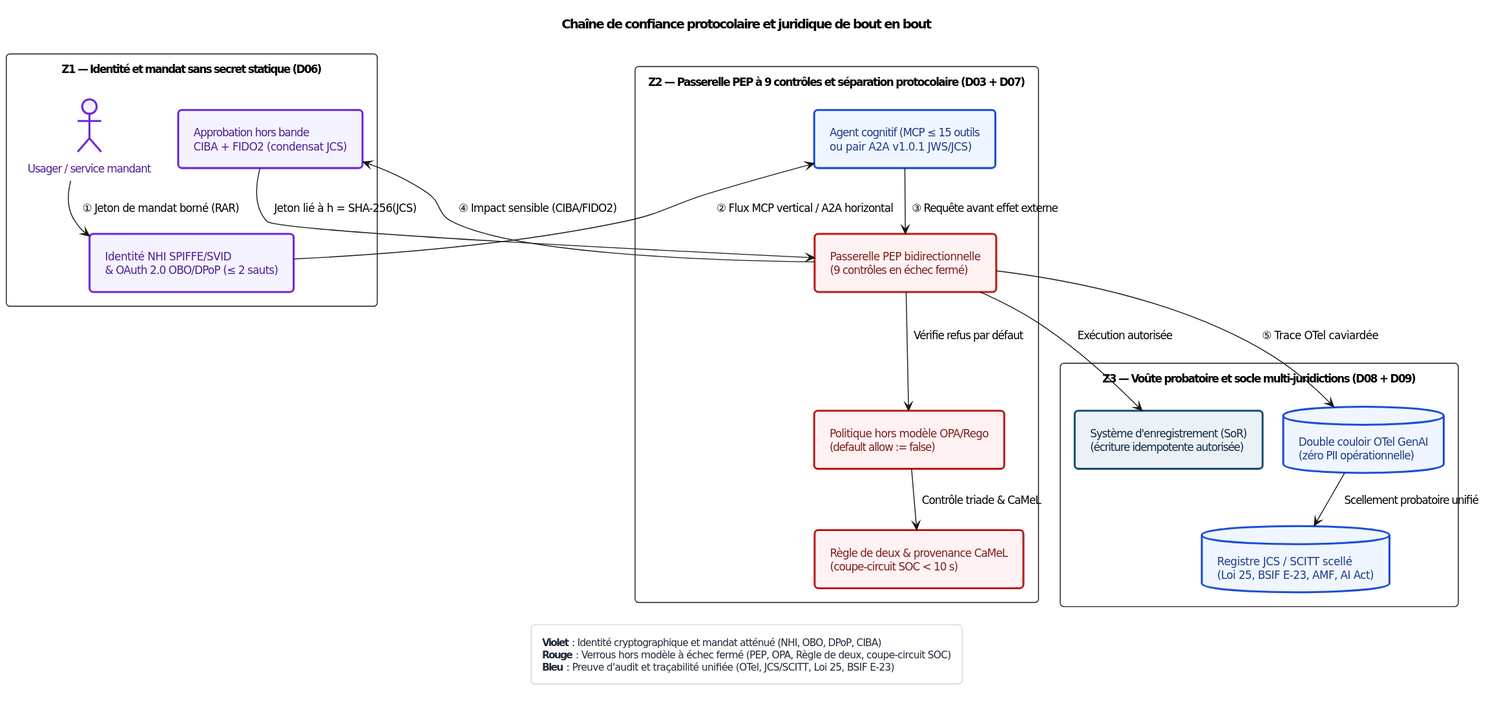
agbruneau/Agentique keeps this PlantUML diagram as Sources/Compendium/ouvrage/schemas/rendus/SCH-00-02.svg. Above is the earlier version.
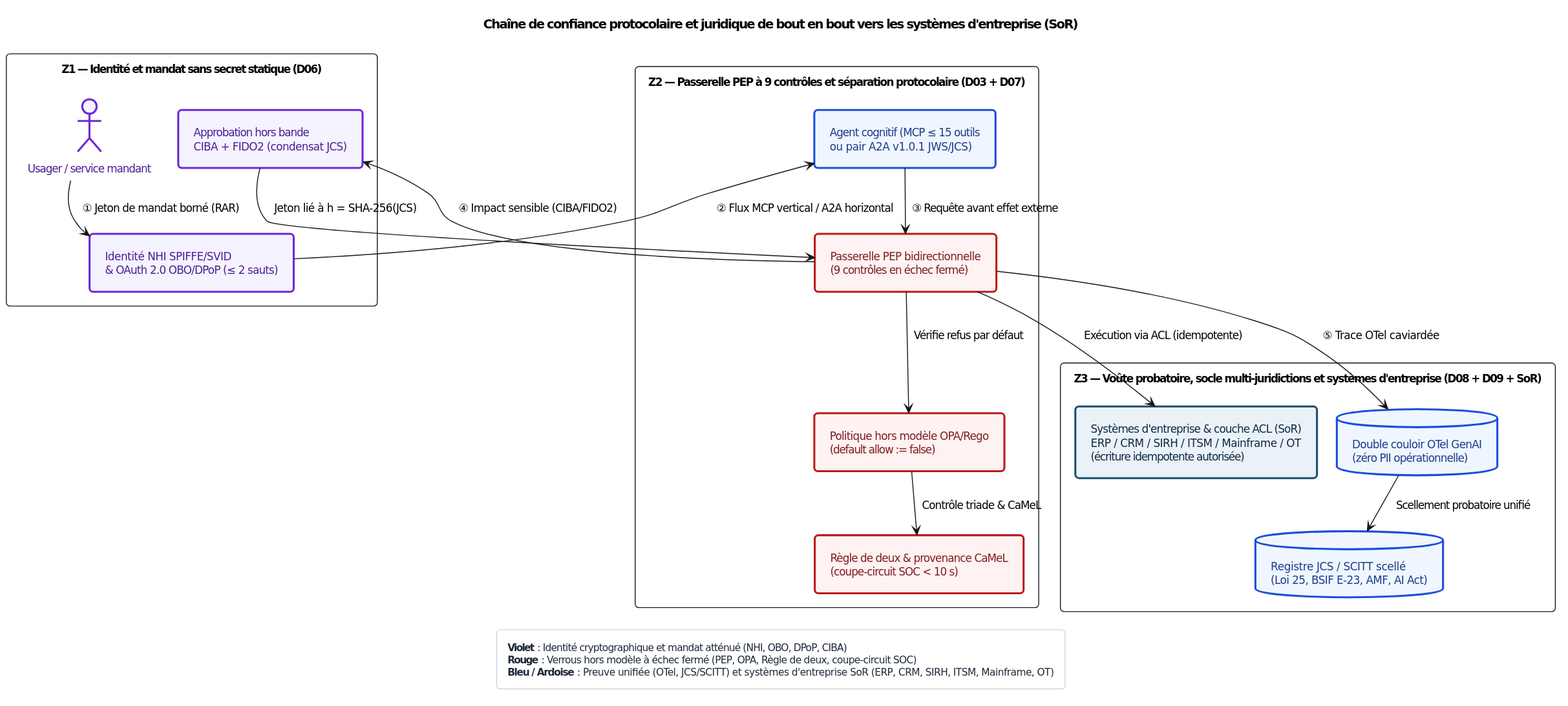
Above is the later version.

The edit, as a diff of the source:
```diff
@@ -25,7 +25,7 @@
 skinparam padding 7
 
 top to bottom direction
-title Chaîne de confiance protocolaire et juridique de bout en bout
+title Chaîne de confiance protocolaire et juridique de bout en bout vers les systèmes d'entreprise (SoR)
 
 package "Z1 — Identité et mandat sans secret statique (D06)" {
   actor "Usager / service mandant" as N1 <<purple>>
@@ -40,10 +40,10 @@
   rectangle "Règle de deux & provenance CaMeL\n(coupe-circuit SOC < 10 s)" as N7 <<red>>
 }
 
-package "Z3 — Voûte probatoire et socle multi-juridictions (D08 + D09)" {
+package "Z3 — Voûte probatoire, socle multi-juridictions et systèmes d'entreprise (D08 + D09 + SoR)" {
   database "Double couloir OTel GenAI\n(zéro PII opérationnelle)" as N8 <<blue>>
   database "Registre JCS / SCITT scellé\n(Loi 25, BSIF E-23, AMF, AI Act)" as N9 <<blue>>
-  rectangle "Système d'enregistrement (SoR)\n(écriture idempotente autorisée)" as N10 <<det>>
+  rectangle "Systèmes d'entreprise & couche ACL (SoR)\nERP / CRM / SIRH / ITSM / Mainframe / OT\n(écriture idempotente autorisée)" as N10 <<det>>
 }
 
 N1 --> N2 : ① Jeton de mandat borné (RAR)
@@ -53,13 +53,13 @@
 N6 --> N7 : Contrôle triade & CaMeL
 N5 --> N3 : ④ Impact sensible (CIBA/FIDO2)
 N3 --> N5 : Jeton lié à h = SHA-256(JCS)
-N5 --> N10 : Exécution autorisée
+N5 --> N10 : Exécution via ACL (idempotente)
 N5 --> N8 : ⑤ Trace OTel caviardée
 N8 --> N9 : Scellement probatoire unifié
 
 legend bottom
   **Violet** : Identité cryptographique et mandat atténué (NHI, OBO, DPoP, CIBA)
   **Rouge** : Verrous hors modèle à échec fermé (PEP, OPA, Règle de deux, coupe-circuit SOC)
-  **Bleu** : Preuve d'audit et traçabilité unifiée (OTel, JCS/SCITT, Loi 25, BSIF E-23)
+  **Bleu / Ardoise** : Preuve unifiée (OTel, JCS/SCITT) et systèmes d'entreprise SoR (ERP, CRM, SIRH, ITSM, Mainframe, OT)
 end legend
 @enduml
```
